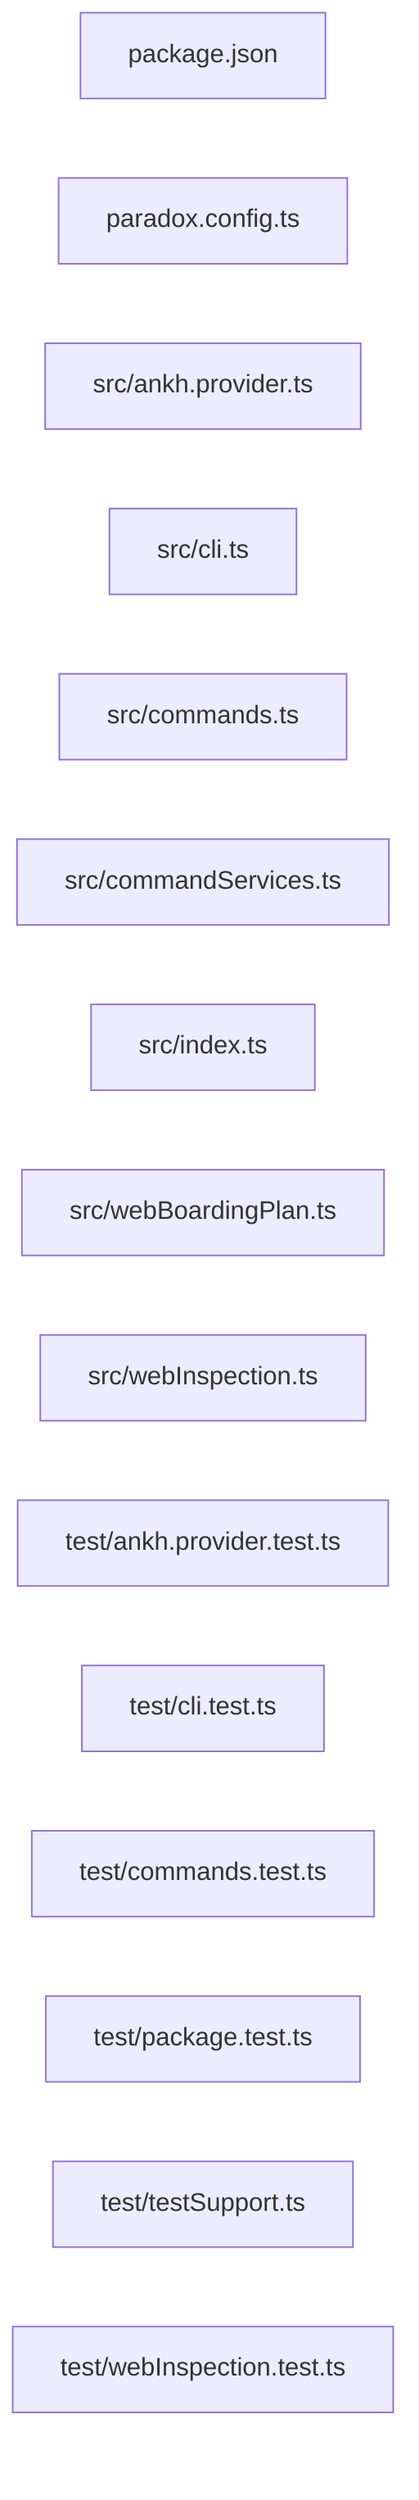
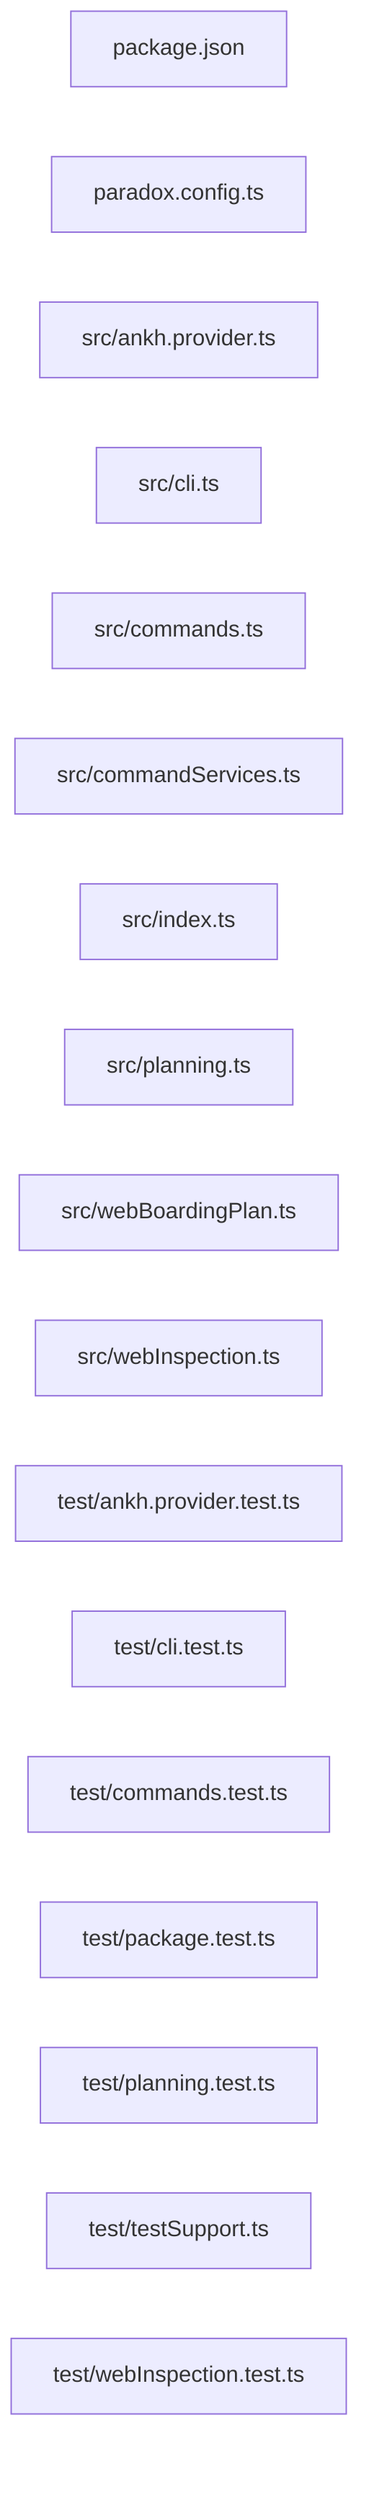
graph LR
  module_package_json["package.json"]
  module_paradox_config_ts["paradox.config.ts"]
  module_src_ankh_provider_ts["src/ankh.provider.ts"]
  module_src_cli_ts["src/cli.ts"]
  module_src_commands_ts["src/commands.ts"]
  module_src_commandServices_ts["src/commandServices.ts"]
  module_src_index_ts["src/index.ts"]
+   module_src_planning_ts["src/planning.ts"]
  module_src_webBoardingPlan_ts["src/webBoardingPlan.ts"]
  module_src_webInspection_ts["src/webInspection.ts"]
  module_test_ankh_provider_test_ts["test/ankh.provider.test.ts"]
  module_test_cli_test_ts["test/cli.test.ts"]
  module_test_commands_test_ts["test/commands.test.ts"]
  module_test_package_test_ts["test/package.test.ts"]
+   module_test_planning_test_ts["test/planning.test.ts"]
  module_test_testSupport_ts["test/testSupport.ts"]
  module_test_webInspection_test_ts["test/webInspection.test.ts"]
